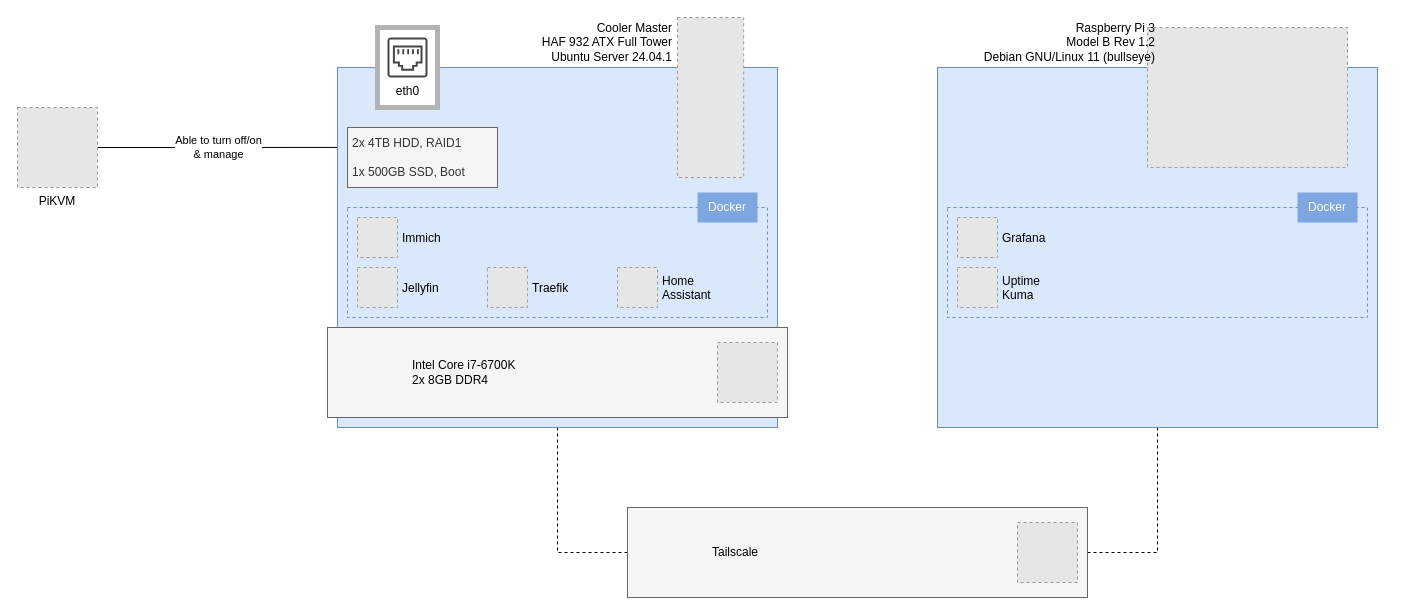
This is arch/homelab.drawio from schang1146/homelab, a draw.io file, before an edit. Source tidied: cells renumbered, new cells numbered last; positions are measured from the earlier drawing's top-left corner, leaving out a move shared by most shapes. Both pictures are drawn from the tidied source at 100%, with x=0, y=0 at pixel (17, 17). Pictures stored in the file or linked from it are replaced by grey dashed boxes.
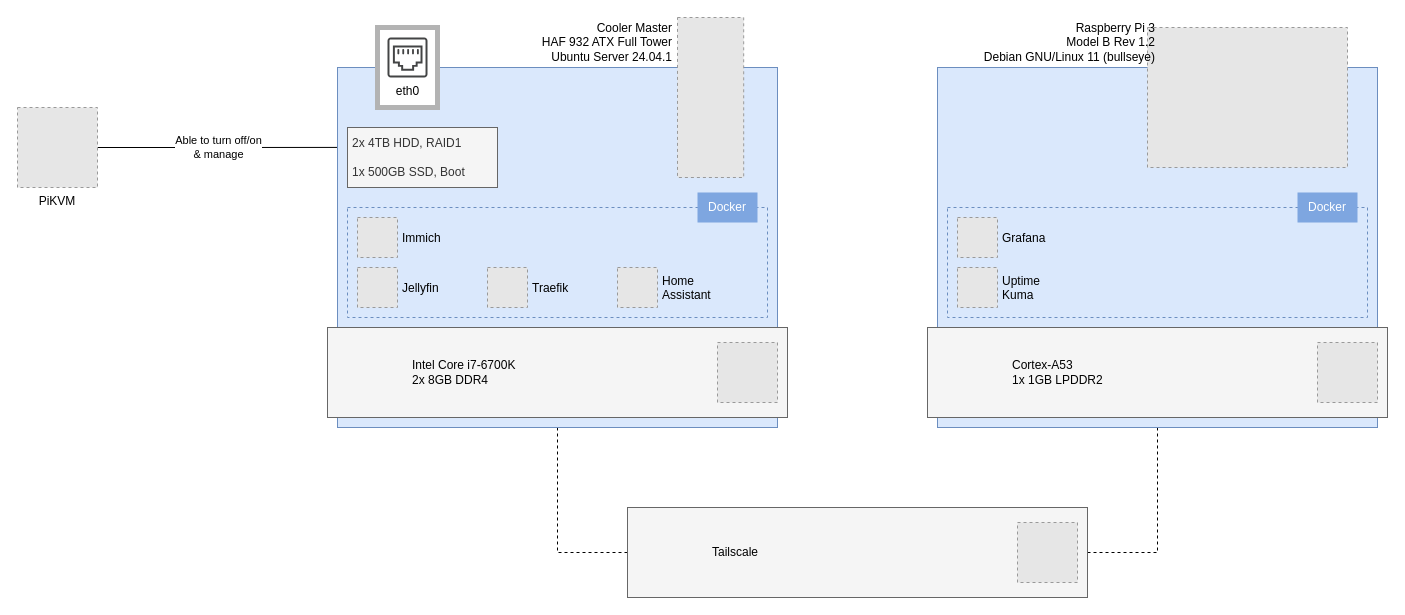
The same diagram, later.

Commit message:
Add CPU and RAM info for Raspberry Pi

Diff of the diagram source:
```diff
@@
+    <mxCell id="33" style="rounded=0;whiteSpace=wrap;html=1;align=left;spacing=5;fillColor=#f5f5f5;fontColor=#333333;strokeColor=#666666;" parent="1" vertex="1">
+      <mxGeometry x="910" y="310" width="460" height="90" as="geometry" />
+    </mxCell>
+    <mxCell id="34" style="fillColor=#E6E6E6;strokeColor=#999999;dashed=1;verticalLabelPosition=bottom;labelBackgroundColor=default;verticalAlign=top;" parent="1" vertex="1">
+      <mxGeometry x="1300" y="325" width="60" height="60" as="geometry" />
+    </mxCell>
+    <mxCell id="35" value="&lt;div&gt;Cortex-A53&lt;/div&gt;1x 1GB LPDDR2" style="text;html=1;align=left;verticalAlign=middle;whiteSpace=wrap;rounded=0;spacing=5;fontFamily=Fira Code;" parent="1" vertex="1">
+      <mxGeometry x="990" y="325" width="300" height="60" as="geometry" />
+    </mxCell>
```
